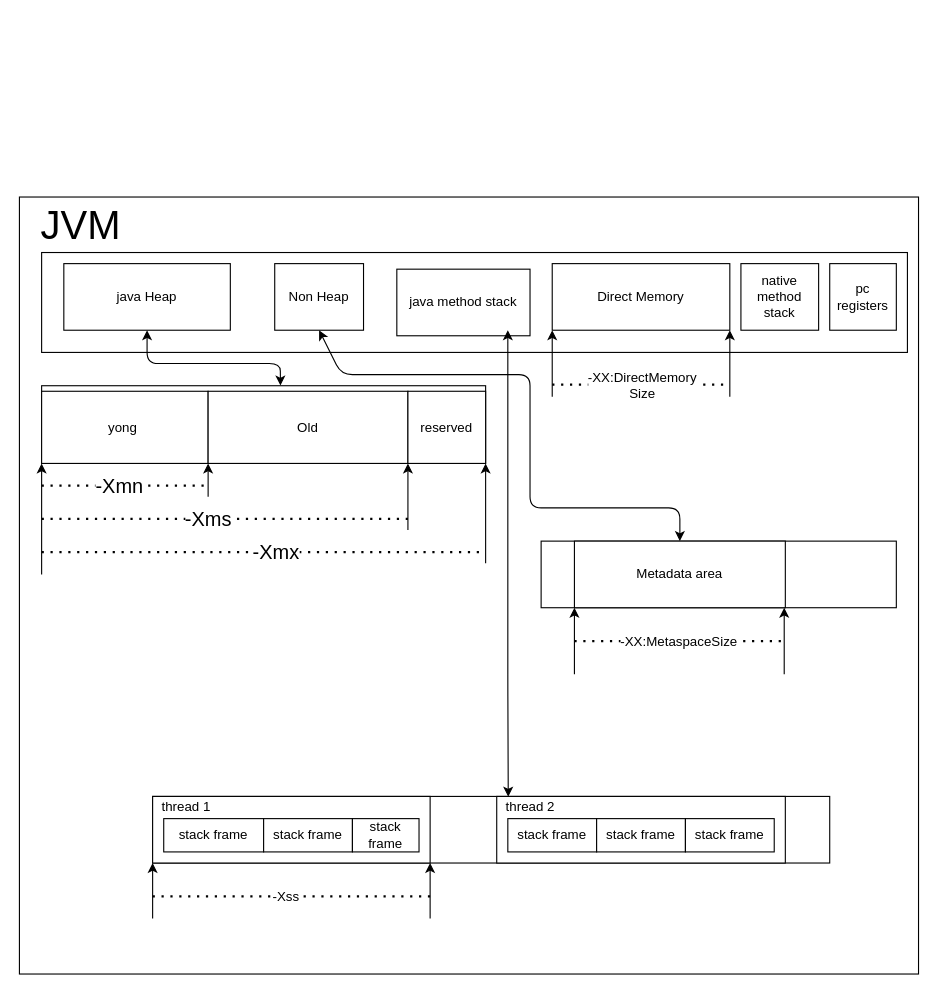
Earlier version of the draw.io diagram Week_01/image/JVM_parameter.drawio (019caoyu/JAVA-01). Source tidied: cells renumbered, new cells numbered last; positions are measured from the earlier drawing's top-left corner, leaving out a move shared by most shapes. Both pictures are drawn from the tidied source at 111%, with x=0, y=0 at pixel (19, 196).
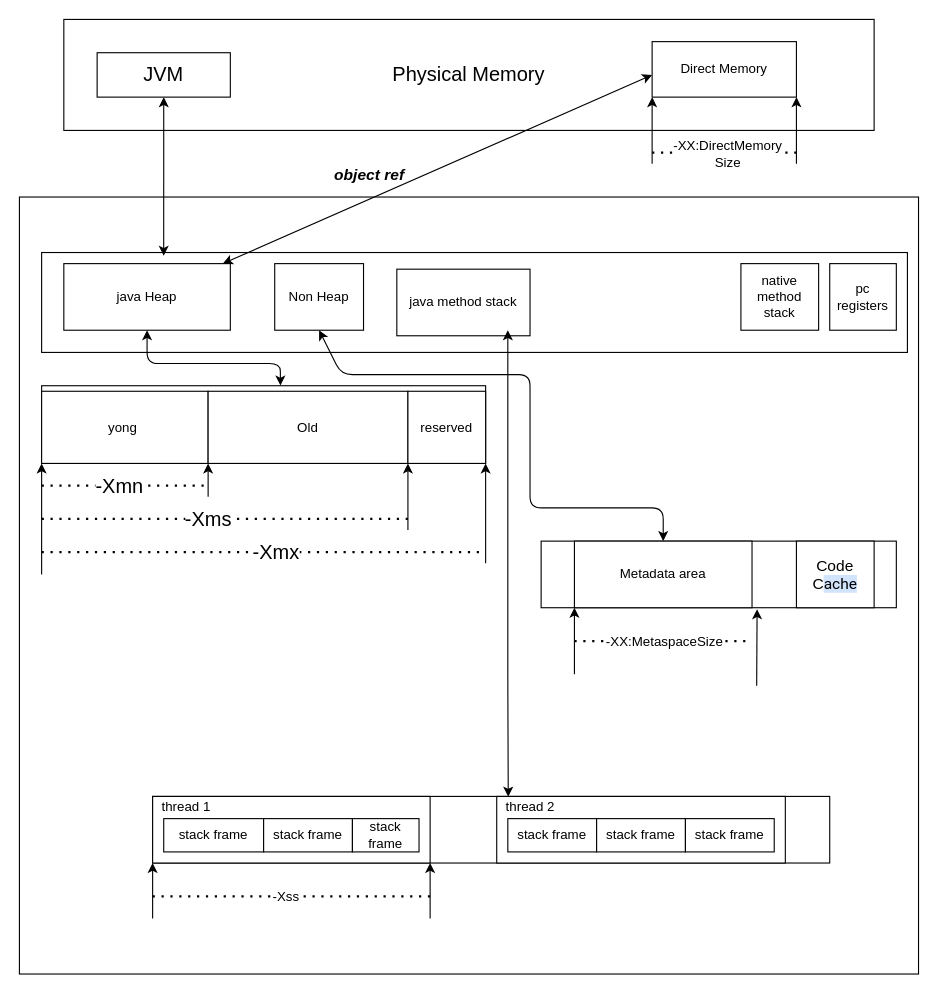
Above is the later version.

Unchanged cells that the change refers to:
```xml
<mxCell id="4" style="rounded=0;whiteSpace=wrap;html=1;" parent="1" vertex="1">
  <mxGeometry width="810" height="700" as="geometry" />
</mxCell>
<mxCell id="6" style="rounded=0;whiteSpace=wrap;html=1;" parent="1" vertex="1">
  <mxGeometry x="20" y="50" width="780" height="90" as="geometry" />
</mxCell>
<mxCell id="7" value="java Heap" style="rounded=0;whiteSpace=wrap;html=1;" parent="1" vertex="1">
  <mxGeometry x="40" y="60" width="150" height="60" as="geometry" />
</mxCell>
<mxCell id="8" value="Non Heap" style="rounded=0;whiteSpace=wrap;html=1;" parent="1" vertex="1">
  <mxGeometry x="230" y="60" width="80" height="60" as="geometry" />
</mxCell>
<mxCell id="25" style="rounded=0;whiteSpace=wrap;html=1;" parent="1" vertex="1">
  <mxGeometry x="470" y="310" width="320" height="60" as="geometry" />
</mxCell>
```

Diff of the diagram source:
```diff
@@
-    <mxCell id="5" value="&lt;font style=&quot;font-size: 36px&quot;&gt;JVM&lt;/font&gt;" style="text;html=1;align=center;verticalAlign=middle;fillColor=none;strokeColor=none;rounded=0;" parent="1" vertex="1">
-      <mxGeometry x="10" y="10" width="90" height="30" as="geometry" />
-    </mxCell>
@@
     <mxCell id="26" style="endArrow=classic;startArrow=classic;html=1;entryX=0.5;entryY=1;entryDx=0;entryDy=0;exitX=0.5;exitY=0;exitDx=0;exitDy=0;" parent="1" edge="1" source="28" target="8">
       <mxGeometry relative="1" as="geometry">
         <Array as="points">
-          <mxPoint x="595" y="280" />
+          <mxPoint x="580" y="280" />
           <mxPoint x="460" y="280" />
           <mxPoint x="460" y="160" />
           <mxPoint x="390" y="160" />
           <mxPoint x="290" y="160" />
         </Array>
       </mxGeometry>
     </mxCell>
@@
     <mxCell id="28" value="Metadata&amp;nbsp;area" style="rounded=0;whiteSpace=wrap;html=1;" parent="1" vertex="1">
-      <mxGeometry x="500" y="310" width="190" height="60" as="geometry" />
+      <mxGeometry x="500" y="310" width="160" height="60" as="geometry" />
     </mxCell>
-    <mxCell id="29" value="Direct Memory" style="rounded=0;whiteSpace=wrap;html=1;" parent="1" vertex="1">
-      <mxGeometry x="480" y="60" width="160" height="60" as="geometry" />
-    </mxCell>
@@
-    <mxCell id="31" style="endArrow=classic;html=1;entryX=0;entryY=1;entryDx=0;entryDy=0;" parent="1" edge="1">
-      <mxGeometry relative="1" as="geometry">
-        <mxPoint x="689" y="430" as="sourcePoint" />
-        <mxPoint x="689" y="370" as="targetPoint" />
-      </mxGeometry>
+    <mxCell id="31" style="endArrow=classic;html=1;entryX=0.608;entryY=1.023;entryDx=0;entryDy=0;entryPerimeter=0;exitX=0.82;exitY=0.629;exitDx=0;exitDy=0;exitPerimeter=0;" parent="1" edge="1" source="4" target="25">
+      <mxGeometry relative="1" as="geometry" />
     </mxCell>
     <mxCell id="32" style="endArrow=none;dashed=1;html=1;dashPattern=1 3;strokeWidth=2;" parent="1" edge="1">
       <mxGeometry relative="1" as="geometry">
         <mxPoint x="500" y="400" as="sourcePoint" />
-        <mxPoint x="690" y="400" as="targetPoint" />
+        <mxPoint x="660" y="400" as="targetPoint" />
       </mxGeometry>
     </mxCell>
@@
     <mxCell id="51" style="endArrow=none;dashed=1;html=1;dashPattern=1 3;strokeWidth=2;" parent="1" edge="1">
       <mxGeometry relative="1" as="geometry">
-        <mxPoint x="480" y="169" as="sourcePoint" />
-        <mxPoint x="640" y="169" as="targetPoint" />
+        <mxPoint x="570" y="-40" as="sourcePoint" />
+        <mxPoint x="700" y="-40" as="targetPoint" />
       </mxGeometry>
     </mxCell>
@@
+    <mxCell id="55" value="&lt;font style=&quot;font-size: 18px&quot;&gt;Physical Memory&lt;/font&gt;" style="rounded=0;whiteSpace=wrap;html=1;" parent="1" vertex="1">
+      <mxGeometry x="40" y="-160" width="730" height="100" as="geometry" />
+    </mxCell>
+    <mxCell id="5" value="&lt;font style=&quot;font-size: 18px&quot;&gt;JVM&lt;/font&gt;" style="rounded=0;whiteSpace=wrap;html=1;" parent="1" vertex="1">
+      <mxGeometry x="70" y="-130" width="120" height="40" as="geometry" />
+    </mxCell>
+    <mxCell id="29" value="Direct Memory" style="rounded=0;whiteSpace=wrap;html=1;" parent="1" vertex="1">
+      <mxGeometry x="570" y="-140" width="130" height="50" as="geometry" />
+    </mxCell>
     <mxCell id="53" style="endArrow=classic;html=1;entryX=0;entryY=1;entryDx=0;entryDy=0;" parent="1" edge="1">
       <mxGeometry relative="1" as="geometry">
-        <mxPoint x="480" y="180" as="sourcePoint" />
-        <mxPoint x="480" y="120" as="targetPoint" />
+        <mxPoint x="570" y="-30" as="sourcePoint" />
+        <mxPoint x="570" y="-90" as="targetPoint" />
       </mxGeometry>
     </mxCell>
     <mxCell id="54" style="endArrow=classic;html=1;entryX=0;entryY=1;entryDx=0;entryDy=0;" parent="1" edge="1">
       <mxGeometry relative="1" as="geometry">
-        <mxPoint x="640" y="180" as="sourcePoint" />
-        <mxPoint x="640" y="120" as="targetPoint" />
+        <mxPoint x="700" y="-30" as="sourcePoint" />
+        <mxPoint x="700" y="-90" as="targetPoint" />
       </mxGeometry>
     </mxCell>
+    <mxCell id="56" value="&lt;div&gt;&lt;font style=&quot;font-size: 14px&quot;&gt;&lt;span&gt;Code C&lt;/span&gt;&lt;font face=&quot;Roboto, RobotoDraft, Helvetica, Arial, sans-serif&quot;&gt;&lt;span style=&quot;background-color: rgb(210 , 227 , 252)&quot;&gt;ache&lt;/span&gt;&lt;/font&gt;&lt;/font&gt;&lt;/div&gt;" style="rounded=0;whiteSpace=wrap;html=1;" parent="1" vertex="1">
+      <mxGeometry x="700" y="310" width="70" height="60" as="geometry" />
+    </mxCell>
+    <mxCell id="57" style="endArrow=classic;startArrow=classic;html=1;exitX=0.141;exitY=0.033;exitDx=0;exitDy=0;exitPerimeter=0;" parent="1" edge="1" source="6">
+      <mxGeometry relative="1" as="geometry">
+        <mxPoint x="130" y="-90" as="targetPoint" />
+        <Array as="points">
+          <mxPoint x="130" y="-40" />
+          <mxPoint x="130" y="-90" />
+        </Array>
+      </mxGeometry>
+    </mxCell>
+    <mxCell id="58" style="endArrow=classic;startArrow=classic;html=1;" parent="1" edge="1" source="7">
+      <mxGeometry relative="1" as="geometry">
+        <mxPoint x="570" y="-110" as="targetPoint" />
+        <Array as="points">
+          <mxPoint x="570" y="-110" />
+        </Array>
+      </mxGeometry>
+    </mxCell>
+    <mxCell id="59" value="&lt;font style=&quot;font-size: 14px&quot;&gt;&lt;i&gt;&lt;b&gt;object ref&lt;/b&gt;&lt;/i&gt;&lt;/font&gt;" style="text;html=1;align=center;verticalAlign=middle;fillColor=none;strokeColor=none;rounded=0;" parent="1" vertex="1">
+      <mxGeometry x="275" y="-30" width="80" height="20" as="geometry" />
+    </mxCell>
```
